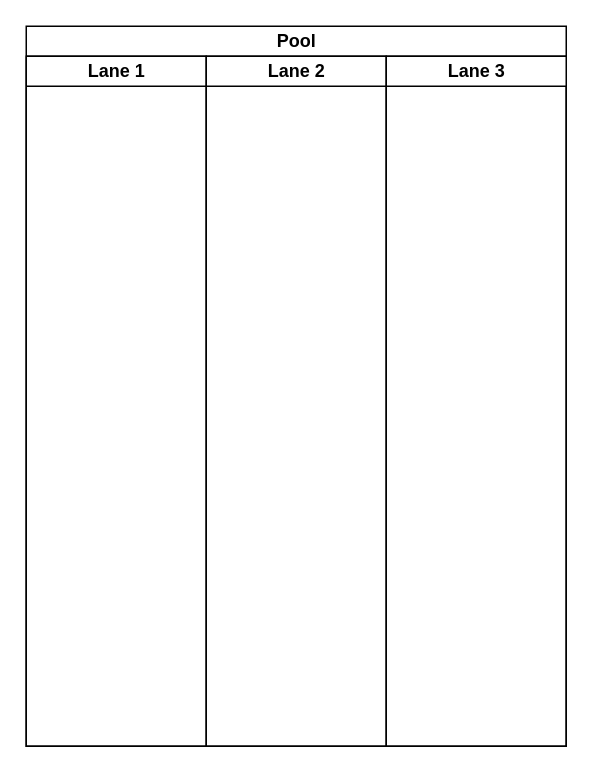
Above: preorder garapan.drawio in zzarr/Project3-design-diagram (draw.io), before the change. Source tidied: cells renumbered, new cells numbered last; positions are measured from the earlier drawing's top-left corner, leaving out a move shared by most shapes. Both pictures are drawn from the tidied source at 150%, with x=0, y=0 at pixel (26, 26).
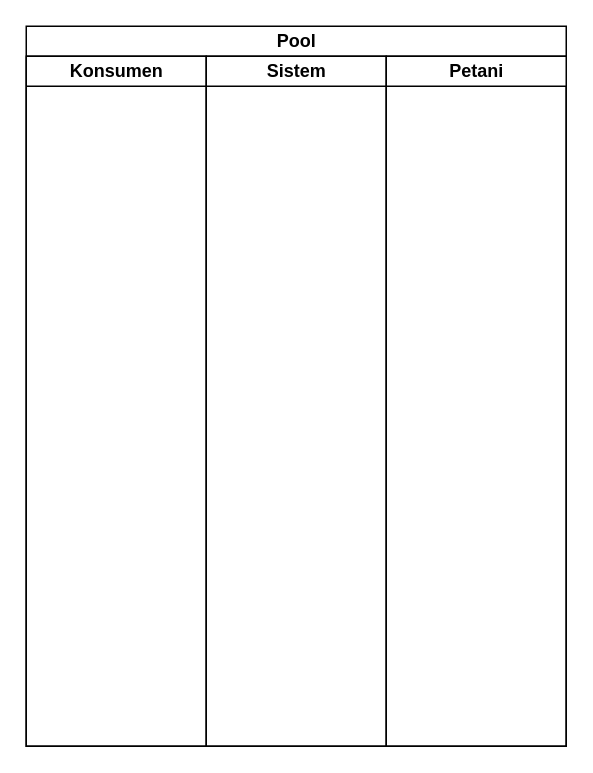
After the change.

What changed in the source:
```diff
@@
 <mxGraphModel>
   <root>
     <mxCell id="0" />
     <mxCell id="1" parent="0" />
     <mxCell id="2" value="Pool" style="swimlane;startSize=20;html=1;" parent="1" vertex="1">
       <mxGeometry width="360" height="480" as="geometry" />
     </mxCell>
-    <mxCell id="3" value="Lane 1" style="swimlane;startSize=20;html=1;" parent="2" vertex="1">
+    <mxCell id="3" value="Konsumen" style="swimlane;startSize=20;html=1;" parent="2" vertex="1">
       <mxGeometry y="20" width="120" height="460" as="geometry" />
     </mxCell>
-    <mxCell id="4" value="Lane 2" style="swimlane;startSize=20;html=1;" parent="2" vertex="1">
+    <mxCell id="4" value="Sistem" style="swimlane;startSize=20;html=1;" parent="2" vertex="1">
       <mxGeometry x="120" y="20" width="120" height="460" as="geometry" />
     </mxCell>
-    <mxCell id="5" value="Lane 3" style="swimlane;startSize=20;html=1;" parent="2" vertex="1">
+    <mxCell id="5" value="Petani" style="swimlane;startSize=20;html=1;" parent="2" vertex="1">
       <mxGeometry x="240" y="20" width="120" height="460" as="geometry" />
     </mxCell>
   </root>
 </mxGraphModel>
```
